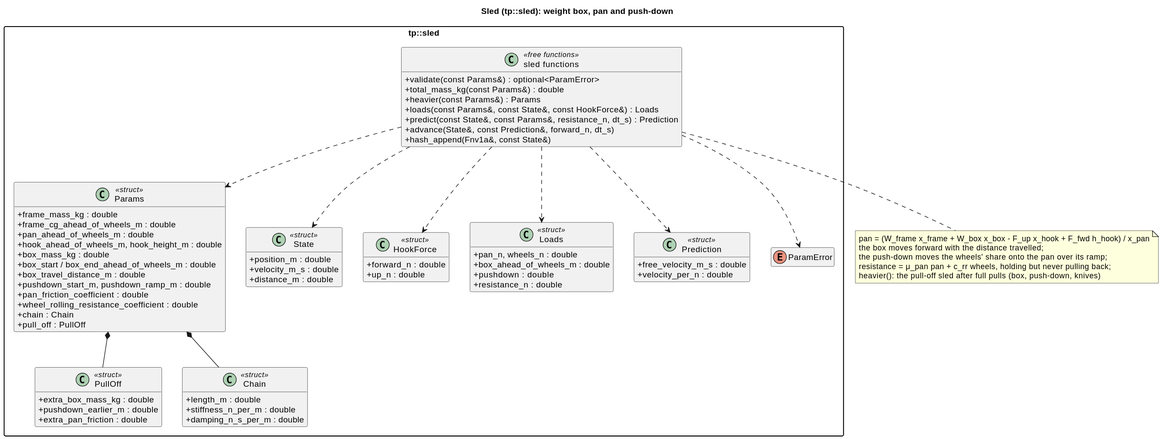
Earlier version of the PlantUML export docs/diagrams/svg/sled_classes.svg (wversteeg/TractorPulling).
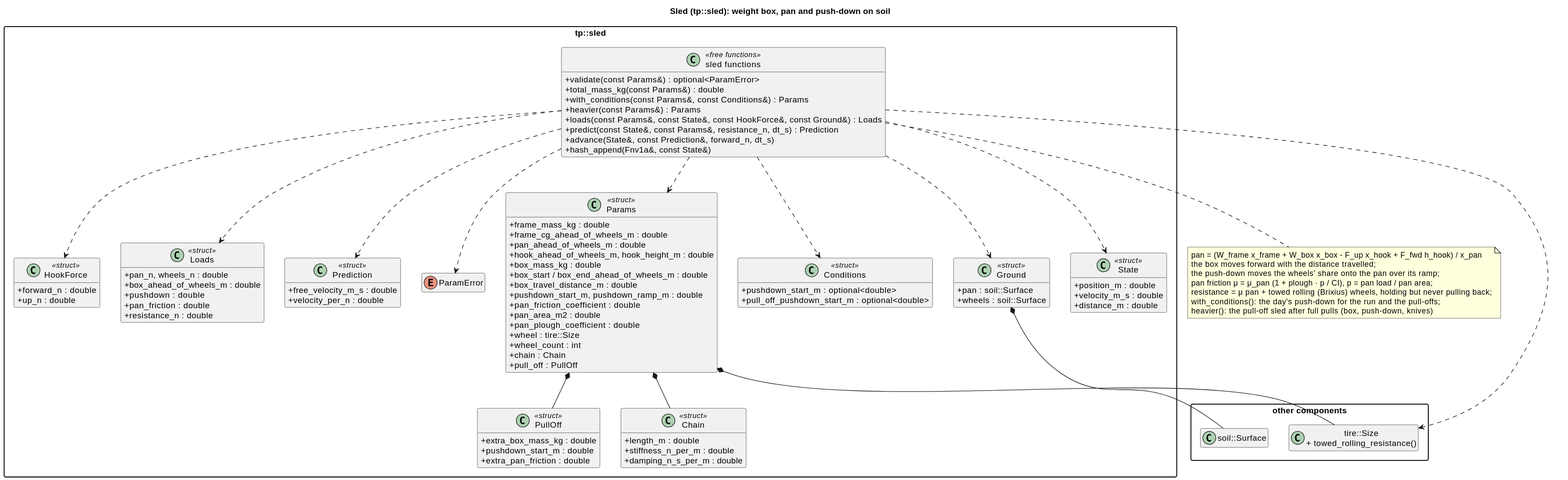
After the commit.

Change to the diagram source:
```diff
@@ -1,8 +1,13 @@
 @startuml
-title Sled (tp::sled): weight box, pan and push-down
+title Sled (tp::sled): weight box, pan and push-down on soil
 hide empty members
 skinparam packageStyle rectangle
 skinparam classAttributeIconSize 0
+
+package "other components" {
+  class "soil::Surface" as Surface
+  class "tire::Size\n+ towed_rolling_resistance()" as Tire
+}
 
 package "tp::sled" {
   class Params <<struct>> {
@@ -15,19 +20,30 @@
     +box_travel_distance_m : double
     +pushdown_start_m, pushdown_ramp_m : double
     +pan_friction_coefficient : double
-    +wheel_rolling_resistance_coefficient : double
+    +pan_area_m2 : double
+    +pan_plough_coefficient : double
+    +wheel : tire::Size
+    +wheel_count : int
     +chain : Chain
     +pull_off : PullOff
   }
   class PullOff <<struct>> {
     +extra_box_mass_kg : double
-    +pushdown_earlier_m : double
+    +pushdown_start_m : double
     +extra_pan_friction : double
   }
   class Chain <<struct>> {
     +length_m : double
     +stiffness_n_per_m : double
     +damping_n_s_per_m : double
+  }
+  class Conditions <<struct>> {
+    +pushdown_start_m : optional<double>
+    +pull_off_pushdown_start_m : optional<double>
+  }
+  class Ground <<struct>> {
+    +pan : soil::Surface
+    +wheels : soil::Surface
   }
   class State <<struct>> {
     +position_m : double
@@ -42,6 +58,7 @@
     +pan_n, wheels_n : double
     +box_ahead_of_wheels_m : double
     +pushdown : double
+    +pan_friction : double
     +resistance_n : double
   }
   class Prediction <<struct>> {
@@ -52,8 +69,9 @@
   class "sled functions" as SledFns <<free functions>> {
     +validate(const Params&) : optional<ParamError>
     +total_mass_kg(const Params&) : double
+    +with_conditions(const Params&, const Conditions&) : Params
     +heavier(const Params&) : Params
-    +loads(const Params&, const State&, const HookForce&) : Loads
+    +loads(const Params&, const State&, const HookForce&, const Ground&) : Loads
     +predict(const State&, const Params&, resistance_n, dt_s) : Prediction
     +advance(State&, const Prediction&, forward_n, dt_s)
     +hash_append(Fnv1a&, const State&)
@@ -63,6 +81,8 @@
   SledFns ..> Params
   SledFns ..> State
   SledFns ..> HookForce
+  SledFns ..> Conditions
+  SledFns ..> Ground
   SledFns ..> Loads
   SledFns ..> Prediction
   SledFns ..> ParamError
@@ -71,7 +91,12 @@
   pan = (W_frame x_frame + W_box x_box - F_up x_hook + F_fwd h_hook) / x_pan
   the box moves forward with the distance travelled;
   the push-down moves the wheels' share onto the pan over its ramp;
-  resistance = μ_pan pan + c_rr wheels, holding but never pulling back;
+  pan friction μ = μ_pan (1 + plough · p / CI), p = pan load / pan area;
+  resistance = μ pan + towed rolling (Brixius) wheels, holding but never pulling back;
+  with_conditions(): the day's push-down for the run and the pull-offs;
   heavier(): the pull-off sled after full pulls (box, push-down, knives)
 end note
+Params *-- Tire
+Ground *-- Surface
+SledFns ..> Tire
 @enduml
```
